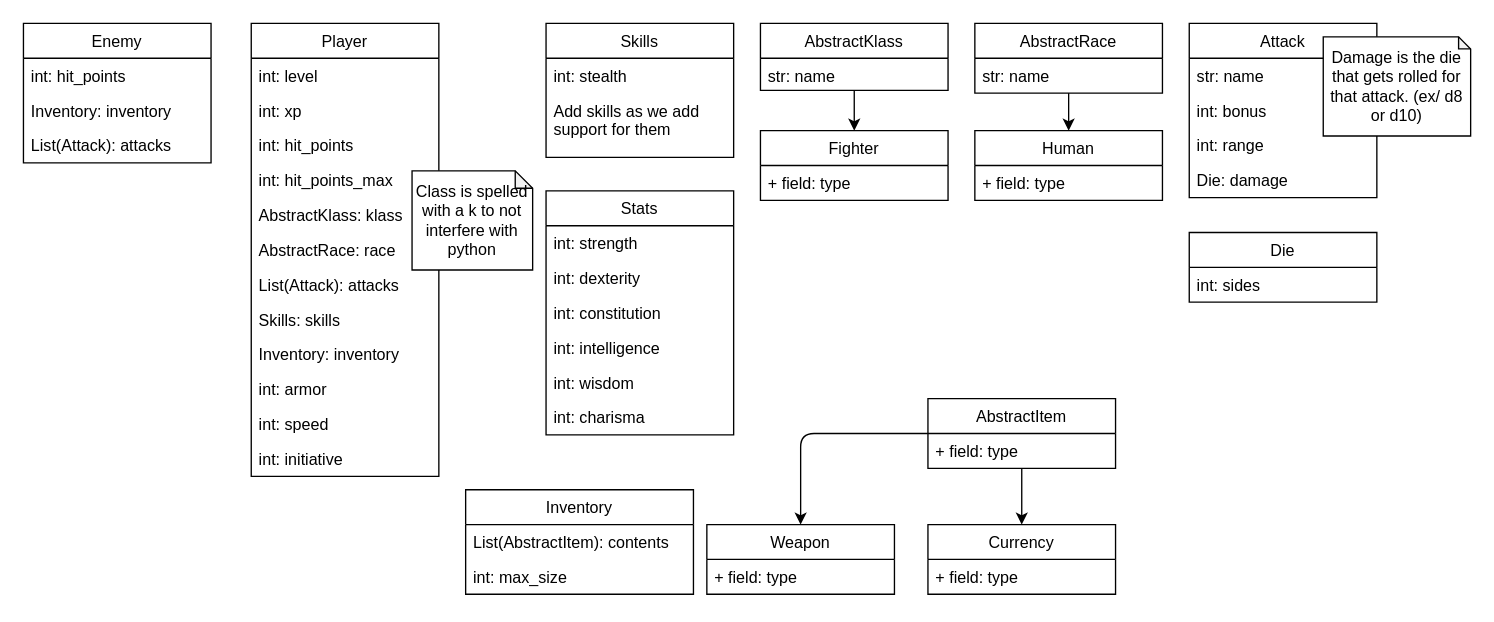
alex-johnson41/AIDungeonMaster keeps this draw.io diagram as diagrams/class_diagram.drawio. Above is the earlier version. Source tidied: cells renumbered, new cells numbered last; positions are measured from the earlier drawing's top-left corner, leaving out a move shared by most shapes. Both pictures are drawn from the tidied source at 134%, with x=0, y=0 at pixel (23, 23).
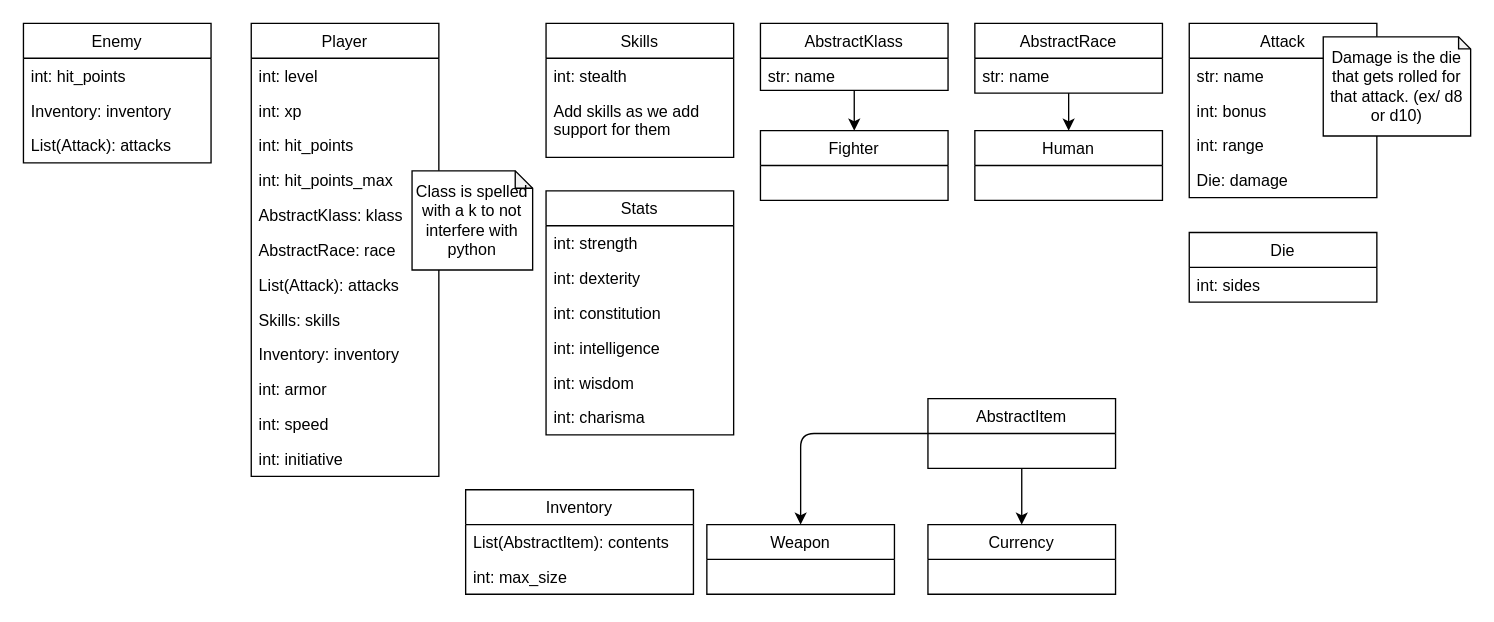
The same diagram, later.

Commit message:
Update class diagram

Unchanged cells that the change refers to:
```xml
<mxCell id="24" value="Fighter" style="swimlane;fontStyle=0;horizontal=1;startSize=26;fillColor=none;" parent="1" vertex="1">
  <mxGeometry x="550" y="80" width="140" height="52" as="geometry" />
</mxCell>
<mxCell id="30" value="Human" style="swimlane;fontStyle=0;horizontal=1;startSize=26;fillColor=none;" parent="1" vertex="1">
  <mxGeometry x="710" y="80" width="140" height="52" as="geometry" />
</mxCell>
<mxCell id="40" value="AbstractItem" style="swimlane;fontStyle=0;horizontal=1;startSize=26;fillColor=none;" parent="1" vertex="1">
  <mxGeometry x="675" y="280" width="140" height="52" as="geometry" />
</mxCell>
<mxCell id="42" value="Weapon" style="swimlane;fontStyle=0;horizontal=1;startSize=26;fillColor=none;" parent="1" vertex="1">
  <mxGeometry x="510" y="374" width="140" height="52" as="geometry" />
</mxCell>
<mxCell id="44" value="Currency" style="swimlane;fontStyle=0;horizontal=1;startSize=26;fillColor=none;" parent="1" vertex="1">
  <mxGeometry x="675" y="374" width="140" height="52" as="geometry" />
</mxCell>
```

Change to the diagram source:
```diff
@@
-    <mxCell id="25" value="+ field: type" style="text;strokeColor=none;fillColor=none;align=left;verticalAlign=top;spacingLeft=4;spacingRight=4;overflow=hidden;" parent="24" vertex="1">
-      <mxGeometry y="26" width="140" height="26" as="geometry" />
-    </mxCell>
@@
-    <mxCell id="31" value="+ field: type" style="text;strokeColor=none;fillColor=none;align=left;verticalAlign=top;spacingLeft=4;spacingRight=4;overflow=hidden;" parent="30" vertex="1">
-      <mxGeometry y="26" width="140" height="26" as="geometry" />
-    </mxCell>
@@
-    <mxCell id="41" value="+ field: type" style="text;strokeColor=none;fillColor=none;align=left;verticalAlign=top;spacingLeft=4;spacingRight=4;overflow=hidden;" parent="40" vertex="1">
-      <mxGeometry y="26" width="140" height="26" as="geometry" />
-    </mxCell>
@@
-    <mxCell id="43" value="+ field: type" style="text;strokeColor=none;fillColor=none;align=left;verticalAlign=top;spacingLeft=4;spacingRight=4;overflow=hidden;" parent="42" vertex="1">
-      <mxGeometry y="26" width="140" height="26" as="geometry" />
-    </mxCell>
@@
-    <mxCell id="45" value="+ field: type" style="text;strokeColor=none;fillColor=none;align=left;verticalAlign=top;spacingLeft=4;spacingRight=4;overflow=hidden;" parent="44" vertex="1">
-      <mxGeometry y="26" width="140" height="26" as="geometry" />
-    </mxCell>
```
